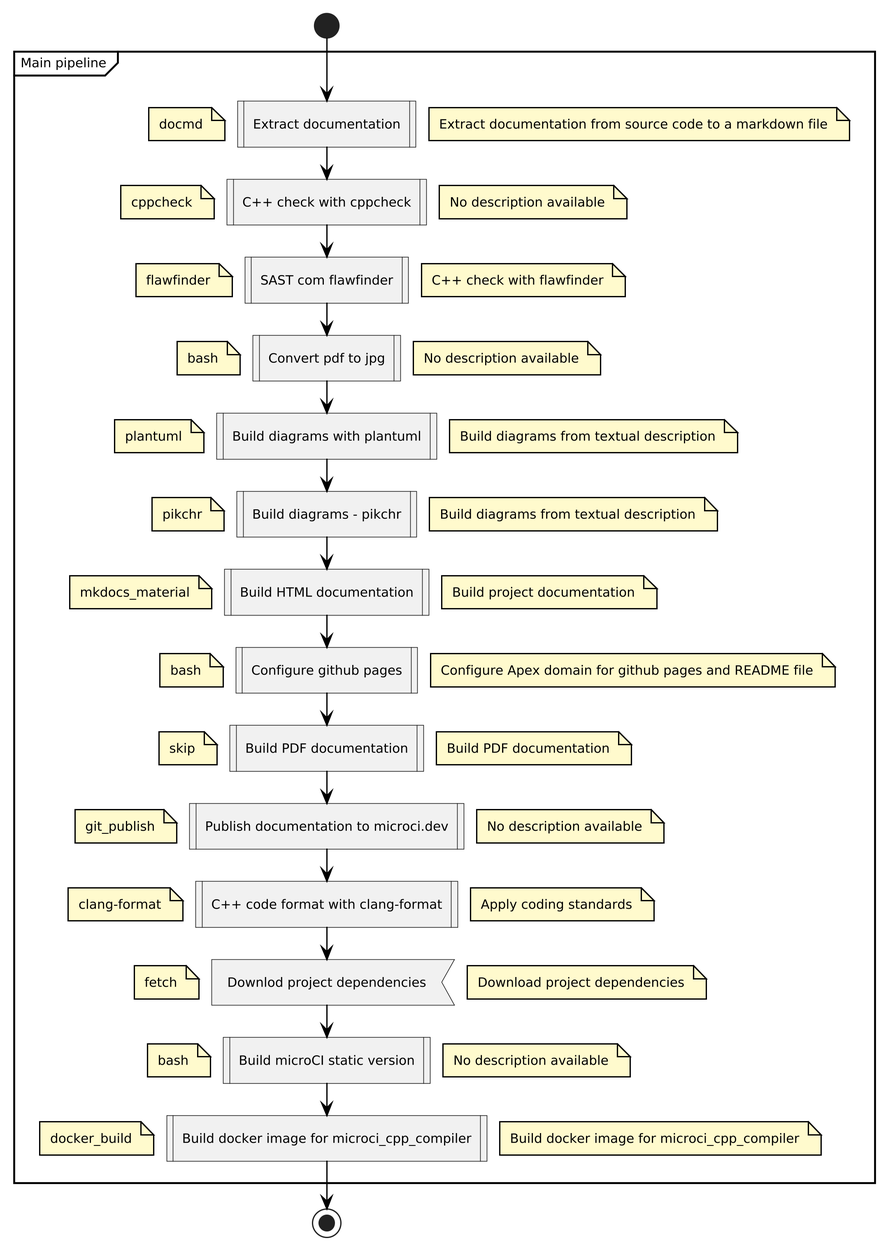
The PlantUML diagram diagrams/microCI_activity_diagram.png in geraldolsribeiro/microci.dev, before a commit. Its source is kept beside it as diagrams/microCI_activity_diagram.puml.
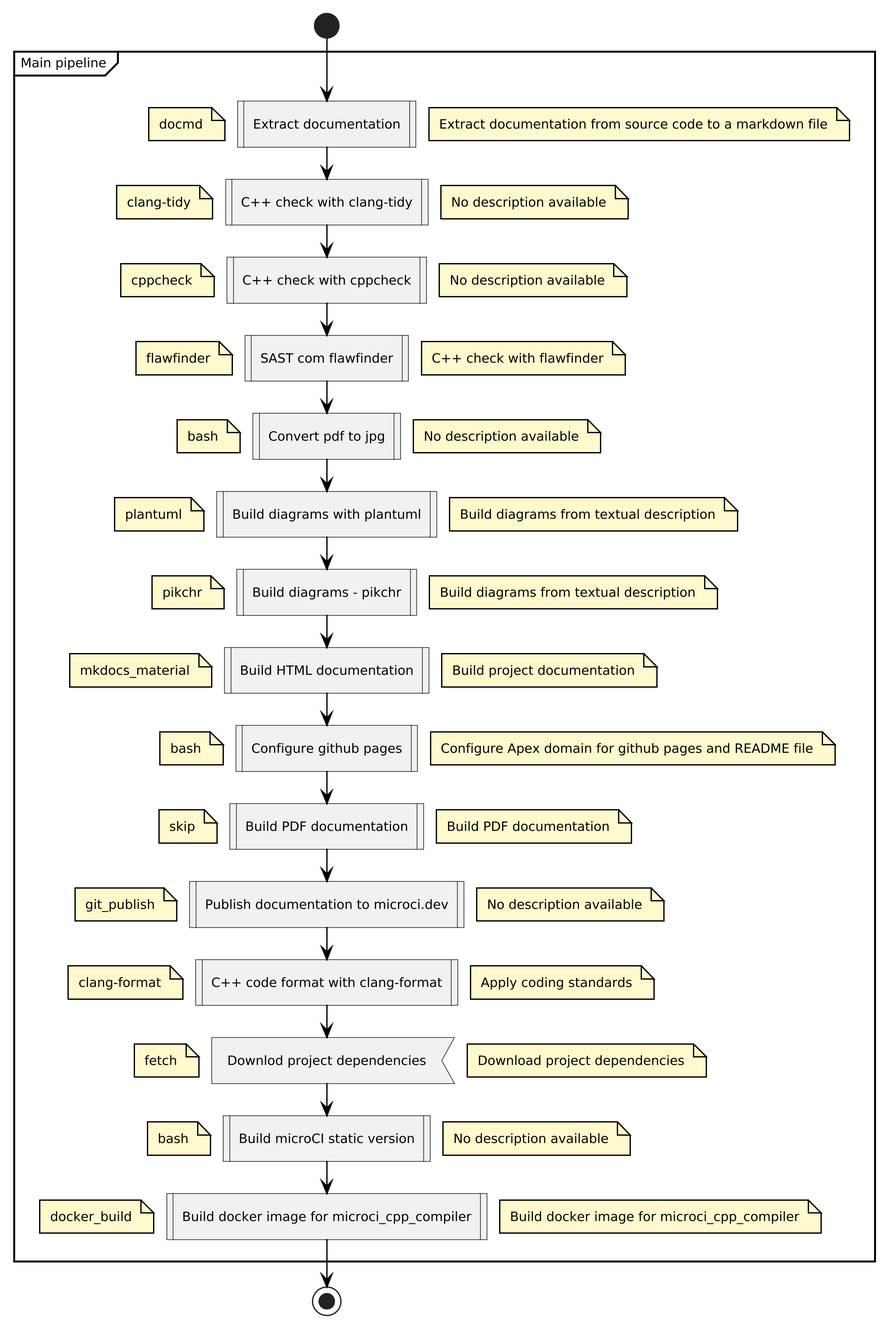
After the change.

The edit, as a diff of the source:
```diff
@@ -4,6 +4,10 @@
 :Extract documentation; <<procedure>>
 floating note left: docmd
 floating note right: Extract documentation from source code to a markdown file
+
+:C++ check with clang-tidy; <<procedure>>
+floating note left: clang-tidy
+floating note right: No description available
 
 :C++ check with cppcheck; <<procedure>>
 floating note left: cppcheck
```
